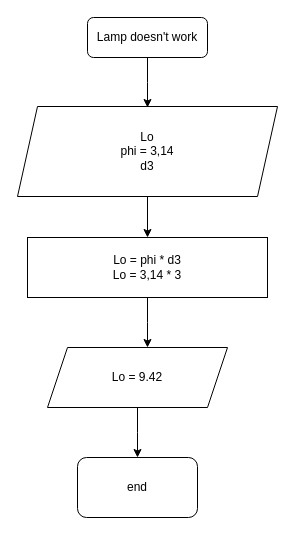
The draw.io diagram Flowchart menghitung luas lingkaran jika hanya diketahui diameter saja.drawio in leonardoalexdavinci/menghitung_luas_lingkaran_jika_hanya_diketahui_diameter_lingkaran_saja, before the edit. Source tidied: cells renumbered, new cells numbered last; positions are measured from the earlier drawing's top-left corner, leaving out a move shared by most shapes. Both pictures are drawn from the tidied source at 100%, with x=0, y=0 at pixel (17, 17).
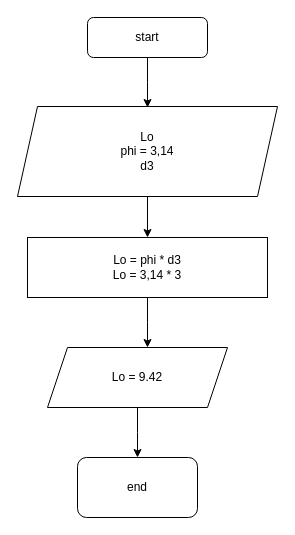
Above is the later version.

Diff of the diagram source:
```diff
@@
 <mxGraphModel>
   <root>
     <mxCell id="0" />
     <mxCell id="1" parent="0" />
     <mxCell id="2" style="edgeStyle=orthogonalEdgeStyle;rounded=0;jettySize=auto;html=1;" parent="1" edge="1" source="3">
       <mxGeometry relative="1" as="geometry">
         <mxPoint x="130" y="90" as="targetPoint" />
       </mxGeometry>
     </mxCell>
-    <mxCell id="3" value="Lamp doesn't work" style="rounded=1;whiteSpace=wrap;html=1;fontSize=12;glass=0;strokeWidth=1;shadow=0;" parent="1" vertex="1">
+    <mxCell id="3" value="start" style="rounded=1;whiteSpace=wrap;html=1;fontSize=12;glass=0;strokeWidth=1;shadow=0;" parent="1" vertex="1">
       <mxGeometry x="70" width="120" height="40" as="geometry" />
     </mxCell>
     <mxCell id="4" style="edgeStyle=orthogonalEdgeStyle;rounded=0;jettySize=auto;html=1;" parent="1" edge="1" source="5">
       <mxGeometry relative="1" as="geometry">
         <mxPoint x="130" y="220" as="targetPoint" />
       </mxGeometry>
     </mxCell>
     <mxCell id="5" value="&lt;div&gt;Lo&lt;/div&gt;&lt;div&gt;phi = 3,14&lt;br&gt;&lt;/div&gt;&lt;div&gt;d3&lt;br&gt;&lt;/div&gt;" style="shape=parallelogram;perimeter=parallelogramPerimeter;whiteSpace=wrap;html=1;fixedSize=1;" parent="1" vertex="1">
       <mxGeometry y="89" width="260" height="90" as="geometry" />
     </mxCell>
     <mxCell id="6" style="edgeStyle=orthogonalEdgeStyle;rounded=0;jettySize=auto;html=1;" parent="1" edge="1" source="7">
       <mxGeometry relative="1" as="geometry">
         <mxPoint x="130" y="330" as="targetPoint" />
       </mxGeometry>
     </mxCell>
     <mxCell id="7" value="&lt;div&gt;Lo = phi * d3&lt;/div&gt;&lt;div&gt;Lo = 3,14 * 3 &lt;br&gt;&lt;/div&gt;" style="rounded=0;whiteSpace=wrap;html=1;" parent="1" vertex="1">
       <mxGeometry x="10" y="220" width="240" height="60" as="geometry" />
     </mxCell>
     <mxCell id="8" style="edgeStyle=orthogonalEdgeStyle;rounded=0;jettySize=auto;html=1;" parent="1" edge="1" source="9">
       <mxGeometry relative="1" as="geometry">
         <mxPoint x="120" y="440" as="targetPoint" />
       </mxGeometry>
     </mxCell>
     <mxCell id="9" value="Lo = 9.42" style="shape=parallelogram;perimeter=parallelogramPerimeter;whiteSpace=wrap;html=1;fixedSize=1;" parent="1" vertex="1">
       <mxGeometry x="30" y="330" width="180" height="60" as="geometry" />
     </mxCell>
     <mxCell id="10" value="end" style="rounded=1;whiteSpace=wrap;html=1;" parent="1" vertex="1">
       <mxGeometry x="60" y="440" width="120" height="60" as="geometry" />
     </mxCell>
   </root>
 </mxGraphModel>
```
